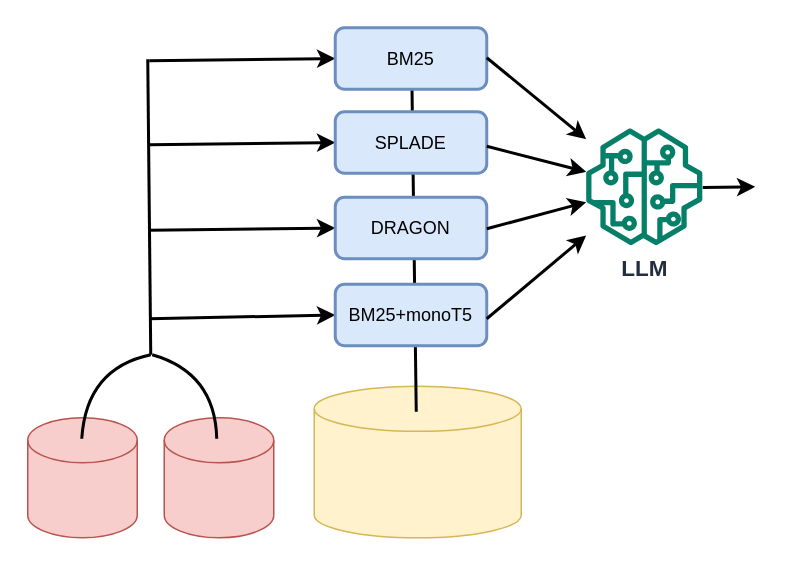
The draw.io diagram Data Generation.drawio in Dundalia/Dundalia, before the edit. Source tidied: cells renumbered, new cells numbered last; positions are measured from the earlier drawing's top-left corner, leaving out a move shared by most shapes. Both pictures are drawn from the tidied source at 150%, with x=0, y=0 at pixel (27, 27).
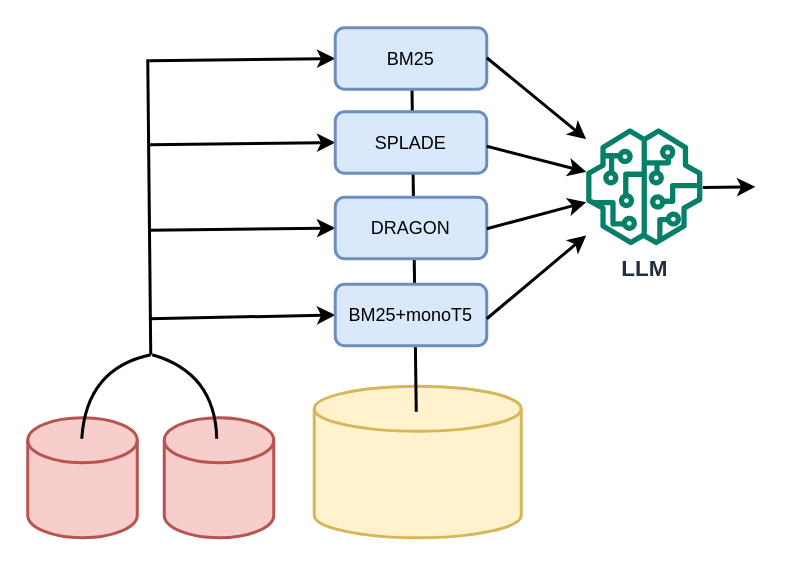
The same page after the edit.

Change to the diagram source:
```diff
@@
-    <mxCell id="2" style="shape=cylinder3;whiteSpace=wrap;html=1;boundedLbl=1;backgroundOutline=1;size=15;fillColor=#f8cecc;strokeColor=#b85450;" parent="1" vertex="1">
+    <mxCell id="2" style="shape=cylinder3;whiteSpace=wrap;html=1;boundedLbl=1;backgroundOutline=1;size=15;fillColor=#f8cecc;strokeColor=#b85450;strokeWidth=2;" parent="1" vertex="1">
       <mxGeometry y="260" width="73" height="80" as="geometry" />
     </mxCell>
-    <mxCell id="3" style="shape=cylinder3;whiteSpace=wrap;html=1;boundedLbl=1;backgroundOutline=1;size=15;fillColor=#f8cecc;strokeColor=#b85450;" parent="1" vertex="1">
+    <mxCell id="3" style="shape=cylinder3;whiteSpace=wrap;html=1;boundedLbl=1;backgroundOutline=1;size=15;fillColor=#f8cecc;strokeColor=#b85450;strokeWidth=2;" parent="1" vertex="1">
       <mxGeometry x="91" y="260" width="73" height="80" as="geometry" />
     </mxCell>
@@
-    <mxCell id="11" style="shape=cylinder3;whiteSpace=wrap;html=1;boundedLbl=1;backgroundOutline=1;size=15;fillColor=#fff2cc;strokeColor=#d6b656;" parent="1" vertex="1">
+    <mxCell id="11" style="shape=cylinder3;whiteSpace=wrap;html=1;boundedLbl=1;backgroundOutline=1;size=15;fillColor=#fff2cc;strokeColor=#d6b656;strokeWidth=2;" parent="1" vertex="1">
       <mxGeometry x="191" y="239" width="138" height="101" as="geometry" />
     </mxCell>
```
